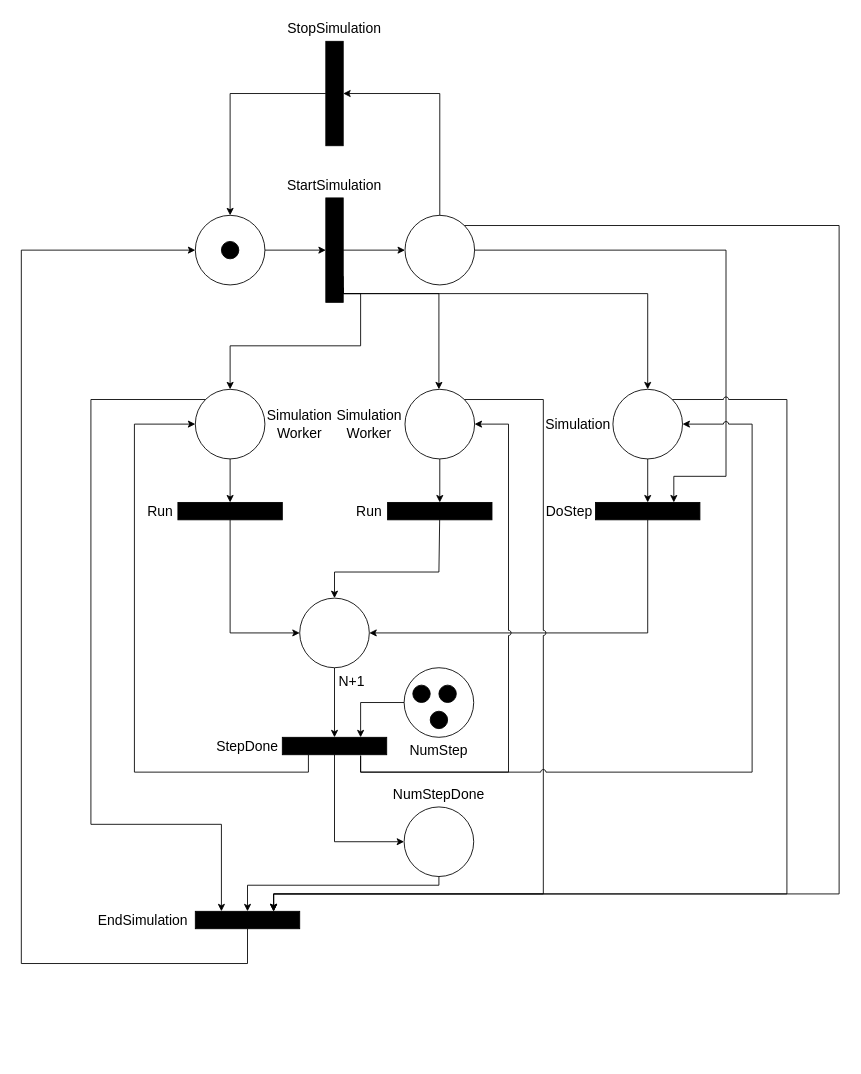
Before: page "petrinet" (2 of 2) of PCD_ASS01.drawio in zucchero-sintattico/PCD-ASS02-23-24, a draw.io diagram. Source tidied: cells renumbered, new cells numbered last; positions are measured from the earlier drawing's top-left corner, leaving out a move shared by most shapes. Both pictures are drawn from the tidied source at 87%, with x=0, y=0 at pixel (21, 15).
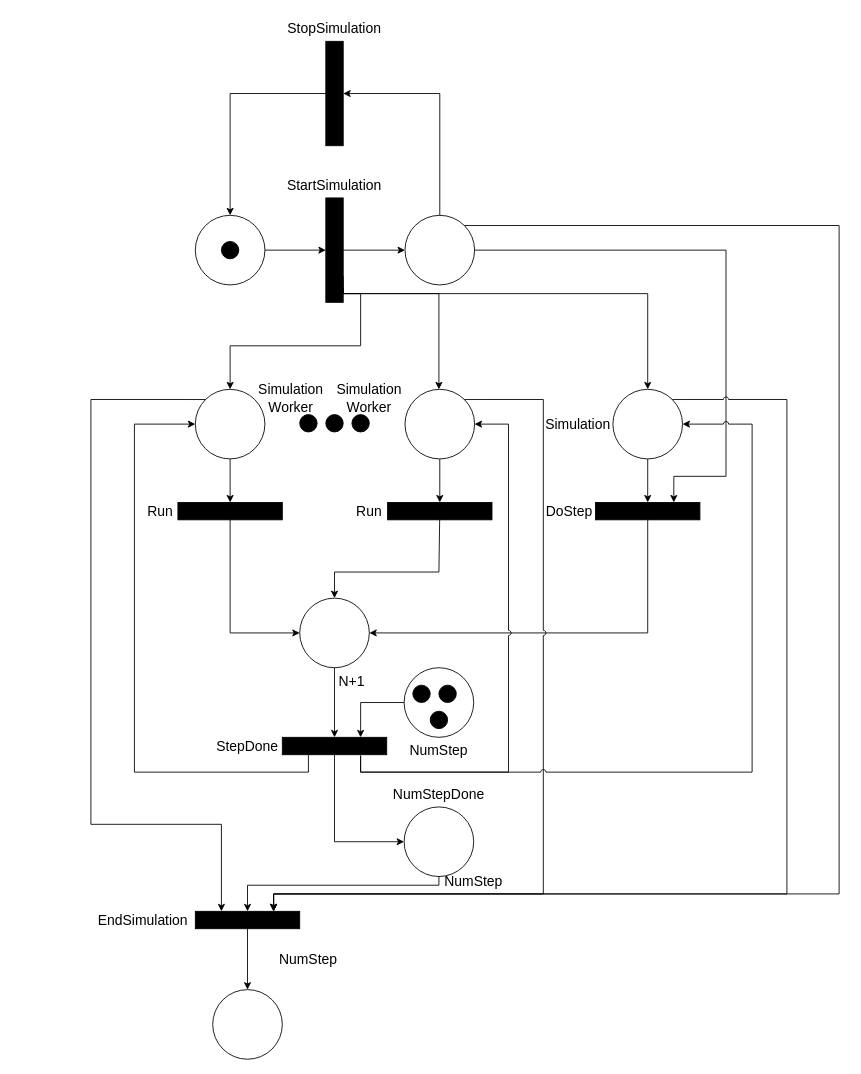
The same diagram, later.

Unchanged cells that the change refers to:
```xml
<mxCell id="3" style="ellipse;whiteSpace=wrap;html=1;" parent="1" vertex="1">
  <mxGeometry x="200" y="230" width="80" height="80" as="geometry" />
</mxCell>
<mxCell id="53" style="rounded=0;whiteSpace=wrap;html=1;fillColor=#000000;points=[[0,0,0,0,0],[0,0.25,0,0,0],[0,0.5,0,0,0],[0,0.75,0,0,0],[0,1,0,0,0],[0.25,0,0,0,0],[0.25,1,0,0,0],[0.5,0,0,0,0],[0.5,1,0,0,0],[0.75,0,0,0,0],[0.75,1,0,0,0],[1,0,0,0,0],[1,0.25,0,1,0],[1,0.5,0,0,0],[1,0.75,0,0,0],[1,0.86,0,0,0],[1,1,0,0,0]];rotation=90;" parent="1" vertex="1">
  <mxGeometry x="250" y="980" width="20" height="120" as="geometry" />
</mxCell>
```

Change to the diagram source:
```diff
@@
+    <mxCell id="60" style="ellipse;whiteSpace=wrap;html=1;fillColor=#000000;" parent="1" vertex="1">
+      <mxGeometry x="320" y="459" width="20" height="20" as="geometry" />
+    </mxCell>
+    <mxCell id="61" style="ellipse;whiteSpace=wrap;html=1;fillColor=#000000;" parent="1" vertex="1">
+      <mxGeometry x="350" y="459" width="20" height="20" as="geometry" />
+    </mxCell>
+    <mxCell id="62" style="ellipse;whiteSpace=wrap;html=1;fillColor=#000000;" parent="1" vertex="1">
+      <mxGeometry x="380" y="459" width="20" height="20" as="geometry" />
+    </mxCell>
@@
-    <mxCell id="18" value="&lt;font style=&quot;font-size: 16px;&quot;&gt;Simulation Worker&lt;/font&gt;" style="text;html=1;align=center;verticalAlign=middle;whiteSpace=wrap;rounded=0;" parent="1" vertex="1">
-      <mxGeometry x="290" y="455" width="60" height="30" as="geometry" />
-    </mxCell>
-    <mxCell id="19" value="&lt;font style=&quot;font-size: 16px;&quot;&gt;Simulation Worker&lt;/font&gt;" style="text;html=1;align=center;verticalAlign=middle;whiteSpace=wrap;rounded=0;" parent="1" vertex="1">
-      <mxGeometry x="370" y="455" width="60" height="30" as="geometry" />
-    </mxCell>
@@
-    <mxCell id="52" style="edgeStyle=orthogonalEdgeStyle;rounded=0;jettySize=auto;html=1;exitX=1;exitY=0.5;exitDx=0;exitDy=0;exitPerimeter=0;entryX=0;entryY=0.5;entryDx=0;entryDy=0;" parent="1" edge="1" source="53" target="3">
-      <mxGeometry relative="1" as="geometry">
-        <Array as="points">
-          <mxPoint x="260" y="1090" />
-          <mxPoint y="1090" />
-          <mxPoint y="270" />
-        </Array>
-      </mxGeometry>
-    </mxCell>
+    <mxCell id="63" style="edgeStyle=orthogonalEdgeStyle;rounded=0;jettySize=auto;html=1;entryX=0.5;entryY=0;entryDx=0;entryDy=0;" parent="1" edge="1" source="53" target="66">
+      <mxGeometry relative="1" as="geometry" />
+    </mxCell>
@@
+    <mxCell id="64" value="&lt;span style=&quot;font-size: 16px;&quot;&gt;NumStep&lt;/span&gt;" style="text;html=1;align=center;verticalAlign=middle;whiteSpace=wrap;rounded=0;" parent="1" vertex="1">
+      <mxGeometry x="490" y="980" width="60" height="30" as="geometry" />
+    </mxCell>
+    <mxCell id="18" value="&lt;font style=&quot;font-size: 16px;&quot;&gt;Simulation Worker&lt;/font&gt;" style="text;html=1;align=center;verticalAlign=middle;whiteSpace=wrap;rounded=0;" parent="1" vertex="1">
+      <mxGeometry x="280" y="425" width="60" height="30" as="geometry" />
+    </mxCell>
+    <mxCell id="19" value="&lt;font style=&quot;font-size: 16px;&quot;&gt;Simulation Worker&lt;/font&gt;" style="text;html=1;align=center;verticalAlign=middle;whiteSpace=wrap;rounded=0;" parent="1" vertex="1">
+      <mxGeometry x="370" y="425" width="60" height="30" as="geometry" />
+    </mxCell>
+    <mxCell id="65" value="&lt;span style=&quot;font-size: 16px;&quot;&gt;NumStep&lt;/span&gt;" style="text;html=1;align=center;verticalAlign=middle;whiteSpace=wrap;rounded=0;" parent="1" vertex="1">
+      <mxGeometry x="300" y="1070" width="60" height="30" as="geometry" />
+    </mxCell>
+    <mxCell id="66" style="ellipse;whiteSpace=wrap;html=1;" parent="1" vertex="1">
+      <mxGeometry x="220" y="1120" width="80" height="80" as="geometry" />
+    </mxCell>
```
